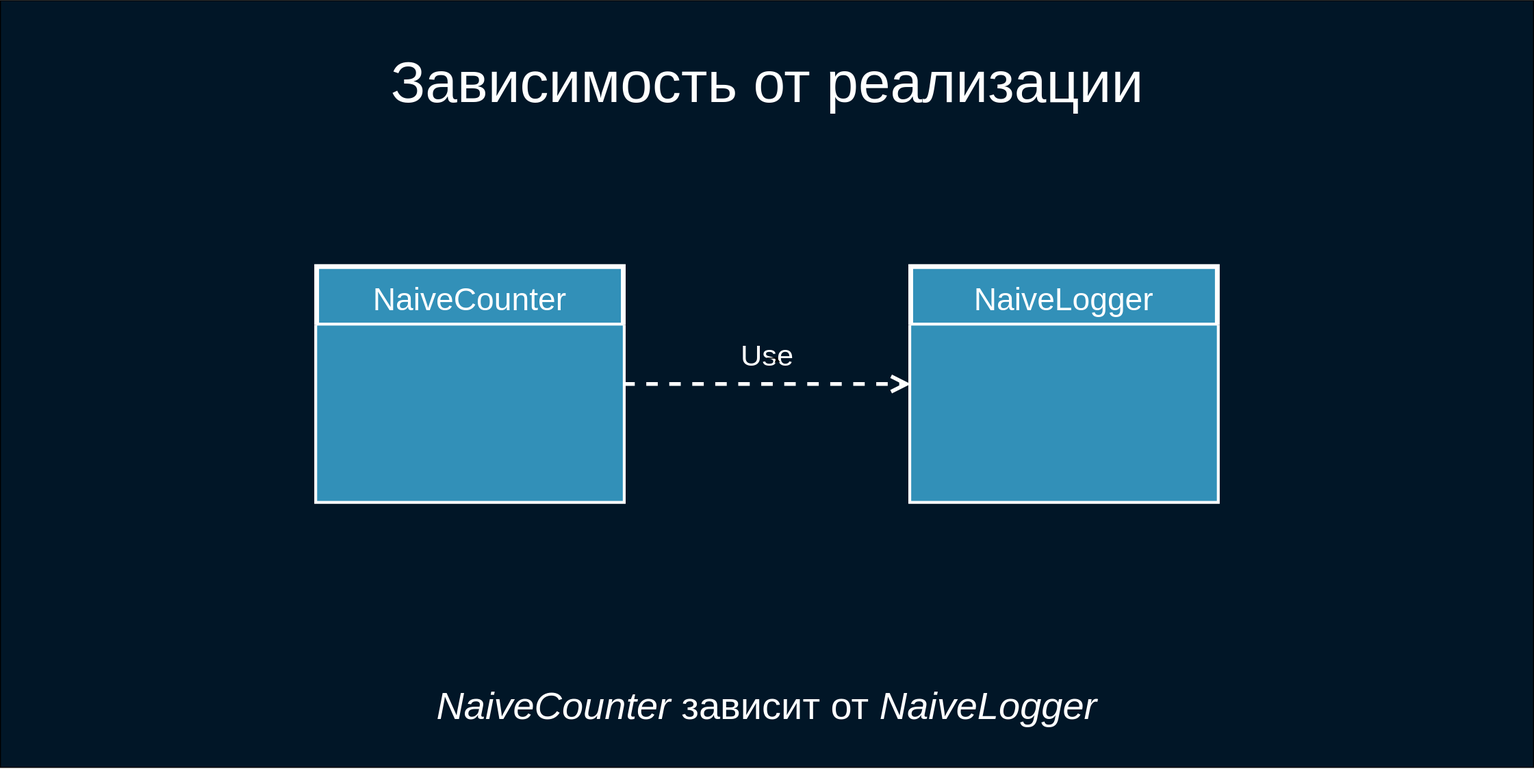
Earlier version of the draw.io export deck/ru/diagrams/naive.svg (softspiders/dip-in-ca-deck). Source tidied: cells renumbered, new cells last; positions are measured from the earlier drawing's top-left corner, leaving out a move shared by most shapes.
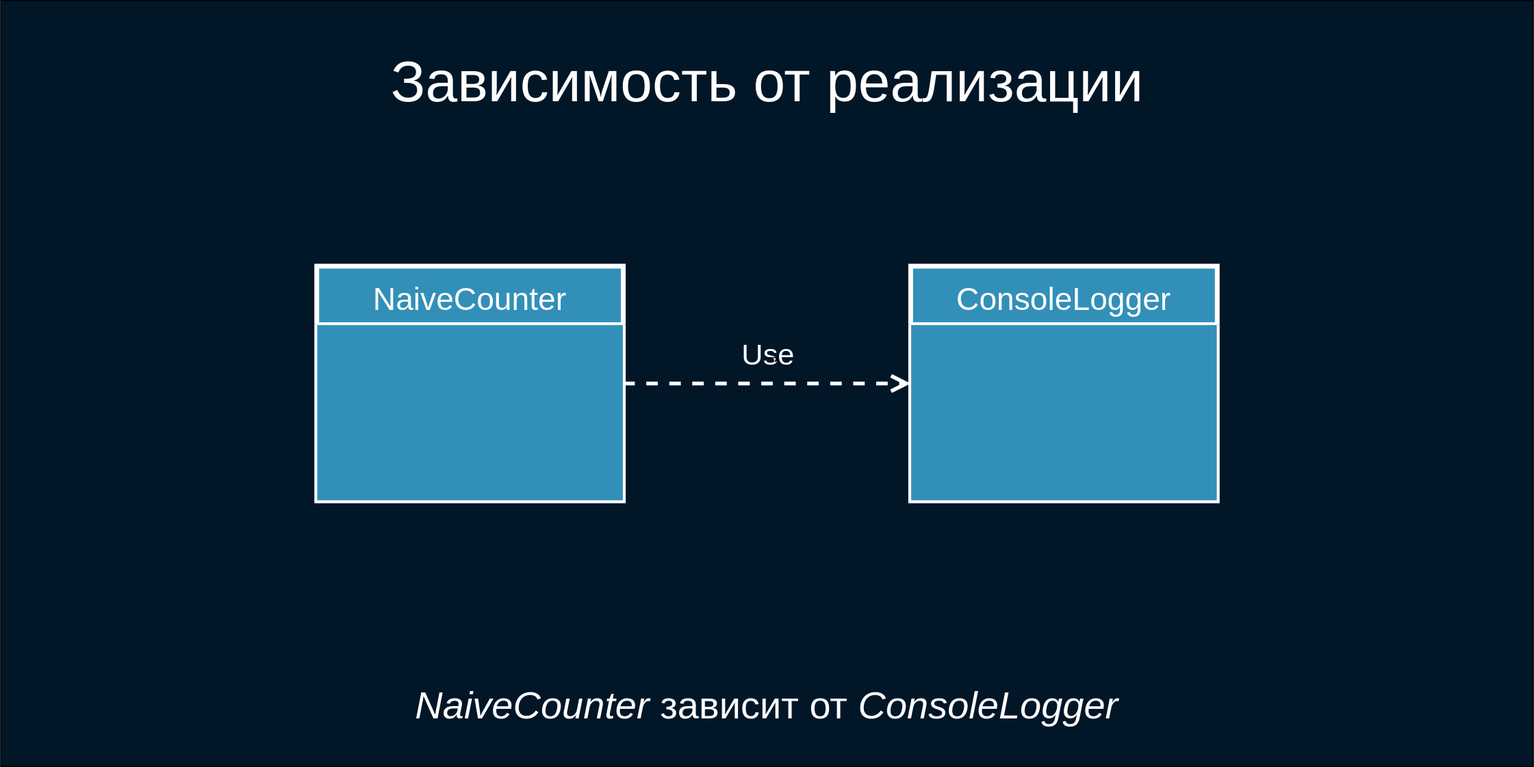
Above is the later version.

Change to the diagram source:
```diff
@@ -14,7 +14,7 @@
     <mxCell id="5" style="text;strokeColor=#FFFFFF;fillColor=#3290B8;align=left;verticalAlign=top;spacingLeft=4;spacingRight=4;overflow=hidden;strokeWidth=1;" parent="4" vertex="1">
       <mxGeometry y="61" width="320" height="184" as="geometry" />
     </mxCell>
-    <mxCell id="6" value="NaiveLogger" style="swimlane;fontStyle=0;horizontal=1;startSize=61;fillColor=#3290B8;strokeColor=#FFFFFF;strokeWidth=5;fontSize=33;fontColor=#FFFFFF;" parent="1" vertex="1">
+    <mxCell id="6" value="ConsoleLogger" style="swimlane;fontStyle=0;horizontal=1;startSize=61;fillColor=#3290B8;strokeColor=#FFFFFF;strokeWidth=5;fontSize=33;fontColor=#FFFFFF;" parent="1" vertex="1">
       <mxGeometry x="950" y="277.5" width="320" height="245" as="geometry" />
     </mxCell>
     <mxCell id="7" style="text;strokeColor=#FFFFFF;fillColor=#3290B8;align=left;verticalAlign=top;spacingLeft=4;spacingRight=4;overflow=hidden;strokeWidth=1;" parent="6" vertex="1">
@@ -29,7 +29,7 @@
     <mxCell id="9" value="Зависимость от реализации" style="text;html=1;strokeColor=none;fillColor=none;align=center;verticalAlign=middle;whiteSpace=wrap;rounded=0;fontSize=60;fontColor=#FFFFFF;" parent="1" vertex="1">
       <mxGeometry x="353.8" y="50" width="892.5" height="70" as="geometry" />
     </mxCell>
-    <mxCell id="10" value="&lt;i&gt;NaiveCounter&lt;/i&gt; зависит от &lt;i&gt;NaiveLogger&lt;/i&gt;" style="text;html=1;strokeColor=none;fillColor=none;align=center;verticalAlign=middle;whiteSpace=wrap;rounded=0;fontSize=40;fontColor=#FFFFFF;" parent="1" vertex="1">
+    <mxCell id="10" value="&lt;i&gt;NaiveCounter&lt;/i&gt; зависит от &lt;i&gt;ConsoleLogger&lt;/i&gt;" style="text;html=1;strokeColor=none;fillColor=none;align=center;verticalAlign=middle;whiteSpace=wrap;rounded=0;fontSize=40;fontColor=#FFFFFF;" parent="1" vertex="1">
       <mxGeometry x="215" y="700" width="1170" height="70" as="geometry" />
     </mxCell>
   </root>
```
